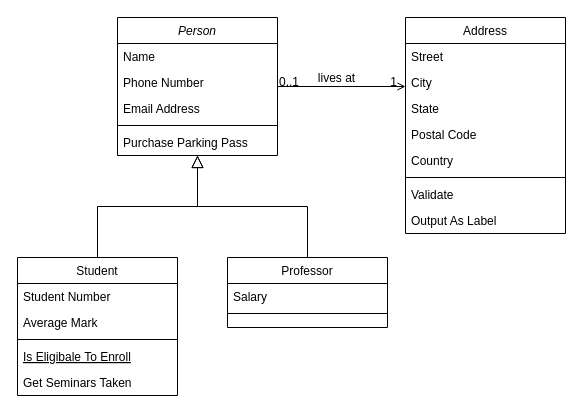
TaylorMililani/betsy keeps this draw.io diagram as page "Page-1" (1 of 2) of Untitled Diagram.drawio. Above is the earlier version. Source tidied: cells renumbered, new cells numbered last; positions are measured from the earlier drawing's top-left corner, leaving out a move shared by most shapes. Both pictures are drawn from the tidied source at 100%, with x=0, y=0 at pixel (17, 17).
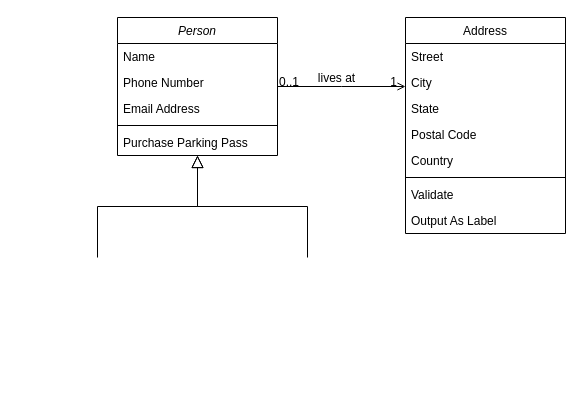
Above is the later version.

The change refers to these unchanged cells:
```xml
<mxCell id="2" value="Person" style="swimlane;fontStyle=2;align=center;verticalAlign=top;horizontal=1;startSize=26;rounded=0;shadow=0;strokeWidth=1;" parent="1" vertex="1">
  <mxGeometry x="100" width="160" height="138" as="geometry" />
</mxCell>
```

Change to the diagram source:
```diff
@@
-    <mxCell id="8" value="Student" style="swimlane;fontStyle=0;align=center;verticalAlign=top;horizontal=1;startSize=26;rounded=0;shadow=0;strokeWidth=1;" parent="1" vertex="1">
-      <mxGeometry y="240" width="160" height="138" as="geometry" />
-    </mxCell>
-    <mxCell id="9" value="Student Number" style="text;align=left;verticalAlign=top;spacingLeft=4;spacingRight=4;overflow=hidden;" parent="8" vertex="1">
-      <mxGeometry y="26" width="160" height="26" as="geometry" />
-    </mxCell>
-    <mxCell id="10" value="Average Mark" style="text;align=left;verticalAlign=top;spacingLeft=4;spacingRight=4;overflow=hidden;rounded=0;shadow=0;html=0;" parent="8" vertex="1">
-      <mxGeometry y="52" width="160" height="26" as="geometry" />
-    </mxCell>
-    <mxCell id="11" style="line;html=1;strokeWidth=1;align=left;verticalAlign=middle;spacingTop=-1;spacingLeft=3;spacingRight=3;labelPosition=right;" parent="8" vertex="1">
-      <mxGeometry y="78" width="160" height="8" as="geometry" />
-    </mxCell>
-    <mxCell id="12" value="Is Eligibale To Enroll" style="text;align=left;verticalAlign=top;spacingLeft=4;spacingRight=4;overflow=hidden;fontStyle=4;" parent="8" vertex="1">
-      <mxGeometry y="86" width="160" height="26" as="geometry" />
-    </mxCell>
-    <mxCell id="13" value="Get Seminars Taken" style="text;align=left;verticalAlign=top;spacingLeft=4;spacingRight=4;overflow=hidden;" parent="8" vertex="1">
-      <mxGeometry y="112" width="160" height="26" as="geometry" />
-    </mxCell>
-    <mxCell id="14" style="endArrow=block;endSize=10;endFill=0;shadow=0;strokeWidth=1;rounded=0;edgeStyle=elbowEdgeStyle;elbow=vertical;" parent="1" edge="1" source="8" target="2">
-      <mxGeometry relative="1" as="geometry" />
+    <mxCell id="14" style="endArrow=block;endSize=10;endFill=0;shadow=0;strokeWidth=1;rounded=0;edgeStyle=elbowEdgeStyle;elbow=vertical;" parent="1" edge="1" target="2">
+      <mxGeometry relative="1" as="geometry">
+        <mxPoint x="80" y="240" as="sourcePoint" />
+      </mxGeometry>
     </mxCell>
-    <mxCell id="15" value="Professor" style="swimlane;fontStyle=0;align=center;verticalAlign=top;horizontal=1;startSize=26;rounded=0;shadow=0;strokeWidth=1;" parent="1" vertex="1">
-      <mxGeometry x="210" y="240" width="160" height="70" as="geometry" />
-    </mxCell>
-    <mxCell id="16" value="Salary" style="text;align=left;verticalAlign=top;spacingLeft=4;spacingRight=4;overflow=hidden;" parent="15" vertex="1">
-      <mxGeometry y="26" width="160" height="26" as="geometry" />
-    </mxCell>
-    <mxCell id="17" style="line;html=1;strokeWidth=1;align=left;verticalAlign=middle;spacingTop=-1;spacingLeft=3;spacingRight=3;labelPosition=right;" parent="15" vertex="1">
-      <mxGeometry y="52" width="160" height="8" as="geometry" />
-    </mxCell>
-    <mxCell id="18" style="endArrow=block;endSize=10;endFill=0;shadow=0;strokeWidth=1;rounded=0;edgeStyle=elbowEdgeStyle;elbow=vertical;" parent="1" edge="1" source="15" target="2">
-      <mxGeometry relative="1" as="geometry" />
+    <mxCell id="18" style="endArrow=block;endSize=10;endFill=0;shadow=0;strokeWidth=1;rounded=0;edgeStyle=elbowEdgeStyle;elbow=vertical;" parent="1" edge="1" target="2">
+      <mxGeometry relative="1" as="geometry">
+        <mxPoint x="290" y="240" as="sourcePoint" />
+      </mxGeometry>
     </mxCell>
```
